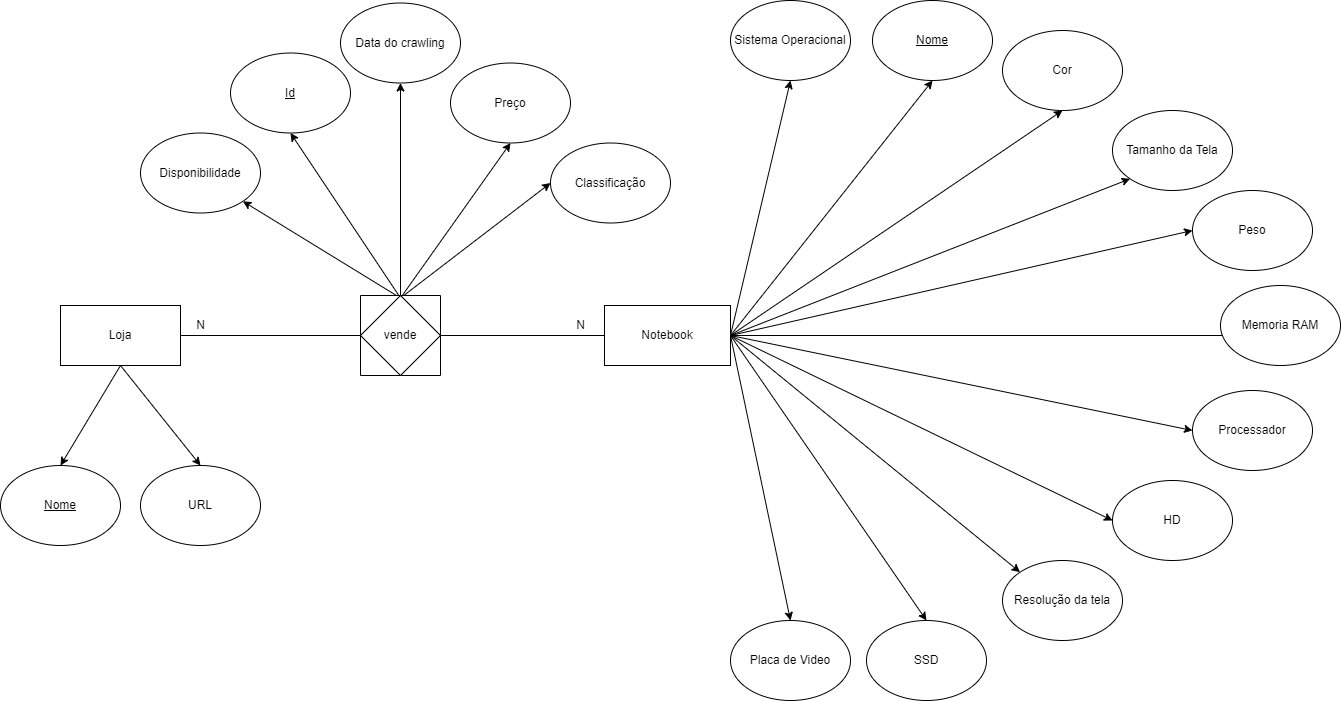
blendamazetto/Sistema-de-Integracao-de-Precos keeps this draw.io diagram as tarefa-5/diagramaER.png. Above is the earlier version. Source tidied: cells renumbered, new cells last; positions are measured from the earlier drawing's top-left corner, leaving out a move shared by most shapes.
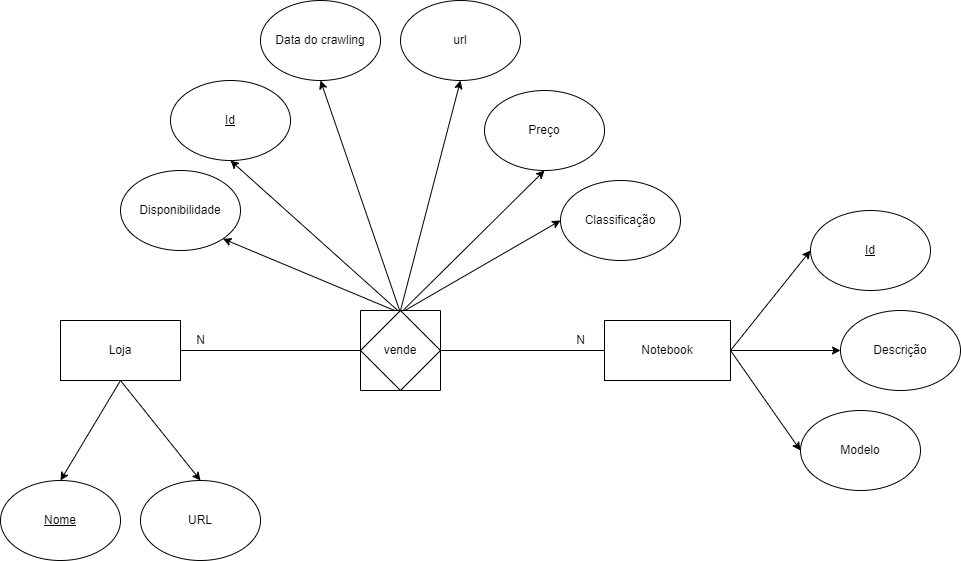
Above is the later version.

Diff of the diagram source:
```diff
@@ -28,84 +28,31 @@
       </mxGeometry>
     </mxCell>
     <mxCell id="7" value="Disponibilidade" style="ellipse;whiteSpace=wrap;html=1;" parent="1" vertex="1">
-      <mxGeometry x="140" y="132.5" width="120" height="80" as="geometry" />
+      <mxGeometry x="120" y="155" width="120" height="80" as="geometry" />
     </mxCell>
-    <mxCell id="8" style="edgeStyle=none;rounded=0;jettySize=auto;html=1;exitX=1;exitY=0.5;exitDx=0;exitDy=0;entryX=0.5;entryY=1;entryDx=0;entryDy=0;" parent="1" edge="1" source="19" target="21">
-      <mxGeometry relative="1" as="geometry" />
-    </mxCell>
-    <mxCell id="9" style="edgeStyle=none;rounded=0;jettySize=auto;html=1;exitX=1;exitY=0.5;exitDx=0;exitDy=0;entryX=0.5;entryY=1;entryDx=0;entryDy=0;" parent="1" edge="1" source="19" target="20">
+    <mxCell id="9" style="edgeStyle=none;rounded=0;jettySize=auto;html=1;exitX=1;exitY=0.5;exitDx=0;exitDy=0;entryX=0;entryY=0.5;entryDx=0;entryDy=0;" parent="1" edge="1" source="19" target="20">
       <mxGeometry relative="1" as="geometry" />
     </mxCell>
-    <mxCell id="10" style="edgeStyle=none;rounded=0;jettySize=auto;html=1;exitX=1;exitY=0.5;exitDx=0;exitDy=0;entryX=0.5;entryY=1;entryDx=0;entryDy=0;" parent="1" edge="1" source="19" target="27">
+    <mxCell id="10" style="edgeStyle=none;rounded=0;jettySize=auto;html=1;exitX=1;exitY=0.5;exitDx=0;exitDy=0;entryX=0;entryY=0.5;entryDx=0;entryDy=0;" parent="1" edge="1" source="19" target="27">
       <mxGeometry relative="1" as="geometry" />
     </mxCell>
-    <mxCell id="11" style="edgeStyle=none;rounded=0;jettySize=auto;html=1;exitX=1;exitY=0.5;exitDx=0;exitDy=0;entryX=0;entryY=1;entryDx=0;entryDy=0;" parent="1" edge="1" source="19" target="28">
-      <mxGeometry relative="1" as="geometry" />
-    </mxCell>
-    <mxCell id="12" style="edgeStyle=none;rounded=0;jettySize=auto;html=1;exitX=1;exitY=0.5;exitDx=0;exitDy=0;entryX=0;entryY=0.5;entryDx=0;entryDy=0;" parent="1" edge="1" source="19" target="29">
-      <mxGeometry relative="1" as="geometry" />
-    </mxCell>
-    <mxCell id="13" style="edgeStyle=none;rounded=0;jettySize=auto;html=1;exitX=1;exitY=0.5;exitDx=0;exitDy=0;" parent="1" edge="1" source="19">
-      <mxGeometry relative="1" as="geometry">
-        <mxPoint x="1250" y="335" as="targetPoint" />
-      </mxGeometry>
-    </mxCell>
-    <mxCell id="14" style="edgeStyle=none;rounded=0;jettySize=auto;html=1;exitX=1;exitY=0.5;exitDx=0;exitDy=0;entryX=0;entryY=0.5;entryDx=0;entryDy=0;" parent="1" edge="1" source="19" target="22">
-      <mxGeometry relative="1" as="geometry" />
-    </mxCell>
-    <mxCell id="15" style="edgeStyle=none;rounded=0;jettySize=auto;html=1;exitX=1;exitY=0.5;exitDx=0;exitDy=0;entryX=0;entryY=0.5;entryDx=0;entryDy=0;" parent="1" edge="1" source="19" target="26">
-      <mxGeometry relative="1" as="geometry" />
-    </mxCell>
-    <mxCell id="16" style="edgeStyle=none;rounded=0;jettySize=auto;html=1;exitX=1;exitY=0.5;exitDx=0;exitDy=0;entryX=0;entryY=0;entryDx=0;entryDy=0;" parent="1" edge="1" source="19" target="30">
-      <mxGeometry relative="1" as="geometry" />
-    </mxCell>
-    <mxCell id="17" style="edgeStyle=none;rounded=0;jettySize=auto;html=1;exitX=1;exitY=0.5;exitDx=0;exitDy=0;entryX=0.5;entryY=0;entryDx=0;entryDy=0;" parent="1" edge="1" source="19" target="25">
-      <mxGeometry relative="1" as="geometry" />
-    </mxCell>
-    <mxCell id="18" style="edgeStyle=none;rounded=0;jettySize=auto;html=1;exitX=1;exitY=0.5;exitDx=0;exitDy=0;entryX=0.5;entryY=0;entryDx=0;entryDy=0;" parent="1" edge="1" source="19" target="24">
-      <mxGeometry relative="1" as="geometry" />
-    </mxCell>
     <mxCell id="19" value="Notebook" style="rounded=0;whiteSpace=wrap;html=1;" parent="1" vertex="1">
       <mxGeometry x="604" y="305" width="126" height="60" as="geometry" />
     </mxCell>
-    <mxCell id="20" value="&lt;u&gt;Nome&lt;/u&gt;" style="ellipse;whiteSpace=wrap;html=1;" parent="1" vertex="1">
-      <mxGeometry x="872" width="120" height="80" as="geometry" />
+    <mxCell id="20" value="&lt;u&gt;Id&lt;/u&gt;" style="ellipse;whiteSpace=wrap;html=1;" parent="1" vertex="1">
+      <mxGeometry x="810" y="195" width="120" height="80" as="geometry" />
     </mxCell>
-    <mxCell id="21" value="Sistema Operacional" style="ellipse;whiteSpace=wrap;html=1;" parent="1" vertex="1">
-      <mxGeometry x="730" width="120" height="80" as="geometry" />
-    </mxCell>
-    <mxCell id="22" value="Processador" style="ellipse;whiteSpace=wrap;html=1;" parent="1" vertex="1">
-      <mxGeometry x="1192" y="390" width="120" height="80" as="geometry" />
-    </mxCell>
-    <mxCell id="23" value="Memoria RAM" style="ellipse;whiteSpace=wrap;html=1;" parent="1" vertex="1">
-      <mxGeometry x="1220" y="285" width="120" height="80" as="geometry" />
-    </mxCell>
-    <mxCell id="24" value="Placa de Video" style="ellipse;whiteSpace=wrap;html=1;" parent="1" vertex="1">
-      <mxGeometry x="730" y="620" width="120" height="80" as="geometry" />
-    </mxCell>
-    <mxCell id="25" value="SSD" style="ellipse;whiteSpace=wrap;html=1;" parent="1" vertex="1">
-      <mxGeometry x="866" y="620" width="120" height="80" as="geometry" />
-    </mxCell>
-    <mxCell id="26" value="HD" style="ellipse;whiteSpace=wrap;html=1;" parent="1" vertex="1">
-      <mxGeometry x="1112" y="480" width="120" height="80" as="geometry" />
-    </mxCell>
-    <mxCell id="27" value="Cor" style="ellipse;whiteSpace=wrap;html=1;" parent="1" vertex="1">
-      <mxGeometry x="1002" y="30" width="120" height="80" as="geometry" />
+    <mxCell id="27" value="Descrição" style="ellipse;whiteSpace=wrap;html=1;" parent="1" vertex="1">
+      <mxGeometry x="840" y="295" width="120" height="80" as="geometry" />
     </mxCell>
-    <mxCell id="28" value="Tamanho da Tela" style="ellipse;whiteSpace=wrap;html=1;" parent="1" vertex="1">
-      <mxGeometry x="1112" y="110" width="120" height="80" as="geometry" />
+    <mxCell id="28" value="Modelo" style="ellipse;whiteSpace=wrap;html=1;" parent="1" vertex="1">
+      <mxGeometry x="800" y="395" width="120" height="80" as="geometry" />
     </mxCell>
-    <mxCell id="29" value="Peso" style="ellipse;whiteSpace=wrap;html=1;" parent="1" vertex="1">
-      <mxGeometry x="1192" y="190" width="120" height="80" as="geometry" />
-    </mxCell>
-    <mxCell id="30" value="Resolução da tela" style="ellipse;whiteSpace=wrap;html=1;" parent="1" vertex="1">
-      <mxGeometry x="1002" y="560" width="120" height="80" as="geometry" />
-    </mxCell>
     <mxCell id="31" value="&lt;u&gt;Id&lt;/u&gt;" style="ellipse;whiteSpace=wrap;html=1;" parent="1" vertex="1">
-      <mxGeometry x="230" y="52.5" width="120" height="80" as="geometry" />
+      <mxGeometry x="170" y="65" width="120" height="80" as="geometry" />
     </mxCell>
     <mxCell id="32" value="Preço" style="ellipse;whiteSpace=wrap;html=1;" parent="1" vertex="1">
-      <mxGeometry x="450" y="62.5" width="120" height="80" as="geometry" />
+      <mxGeometry x="484" y="75" width="120" height="80" as="geometry" />
     </mxCell>
     <mxCell id="33" style="edgeStyle=none;rounded=0;jettySize=auto;html=1;exitX=0.5;exitY=1;exitDx=0;exitDy=0;entryX=0.5;entryY=0;entryDx=0;entryDy=0;" parent="1" edge="1" source="35" target="36">
       <mxGeometry relative="1" as="geometry" />
@@ -123,10 +70,10 @@
       <mxGeometry x="140" y="465" width="120" height="80" as="geometry" />
     </mxCell>
     <mxCell id="38" value="Classificação" style="ellipse;whiteSpace=wrap;html=1;" parent="1" vertex="1">
-      <mxGeometry x="550" y="142.5" width="120" height="80" as="geometry" />
+      <mxGeometry x="560" y="165" width="120" height="80" as="geometry" />
     </mxCell>
     <mxCell id="39" value="Data do crawling" style="ellipse;whiteSpace=wrap;html=1;" parent="1" vertex="1">
-      <mxGeometry x="340" y="2.5" width="120" height="80" as="geometry" />
+      <mxGeometry x="260" y="-15" width="120" height="80" as="geometry" />
     </mxCell>
     <mxCell id="40" style="whiteSpace=wrap;html=1;direction=south;" parent="1" vertex="1">
       <mxGeometry x="360" y="295" width="80" height="80" as="geometry" />
@@ -146,5 +93,14 @@
     <mxCell id="45" value="N" style="text;html=1;align=center;verticalAlign=middle;strokeColor=none;fillColor=none;" parent="1" vertex="1">
       <mxGeometry x="570" y="315" width="20" height="20" as="geometry" />
     </mxCell>
+    <mxCell id="11" style="endArrow=classic;html=1;rounded=0;exitX=1;exitY=0.5;exitDx=0;exitDy=0;entryX=0;entryY=0.5;entryDx=0;entryDy=0;" parent="1" edge="1" source="19" target="28">
+      <mxGeometry relative="1" as="geometry" />
+    </mxCell>
+    <mxCell id="46" value="url" style="ellipse;whiteSpace=wrap;html=1;" parent="1" vertex="1">
+      <mxGeometry x="400" y="-15" width="120" height="80" as="geometry" />
+    </mxCell>
+    <mxCell id="47" style="endArrow=classic;html=1;rounded=0;exitX=0;exitY=0.5;exitDx=0;exitDy=0;entryX=0.5;entryY=1;entryDx=0;entryDy=0;" parent="1" edge="1" source="40" target="46">
+      <mxGeometry relative="1" as="geometry" />
+    </mxCell>
   </root>
 </mxGraphModel>
```
